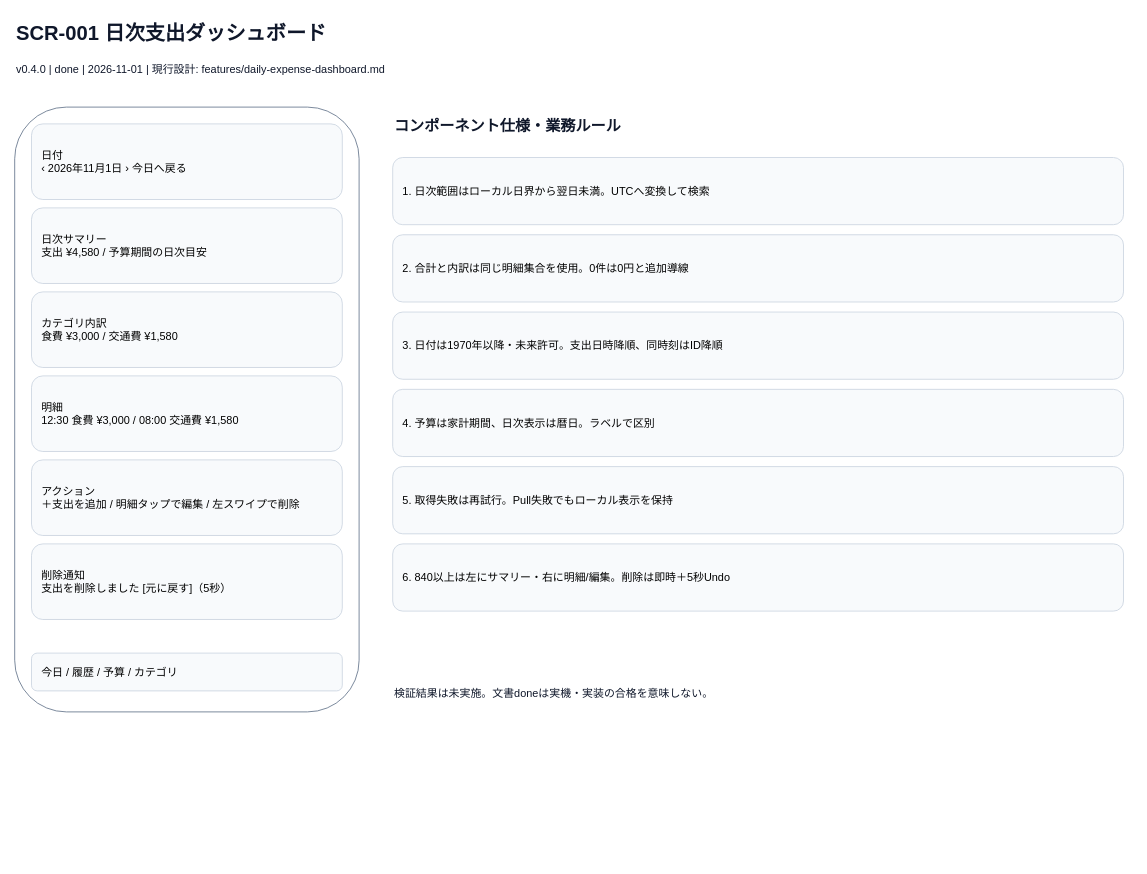
Before: page "日次支出ダッシュボード" (1 of 8) of docs/spec/screens.drawio in tombee-studio/self-management-app, a draw.io diagram. Source tidied: cells renumbered, new cells numbered last; positions are measured from the earlier drawing's top-left corner, leaving out a move shared by most shapes. Both pictures are drawn from the tidied source at 84%, with x=0, y=0 at pixel (14, 14).
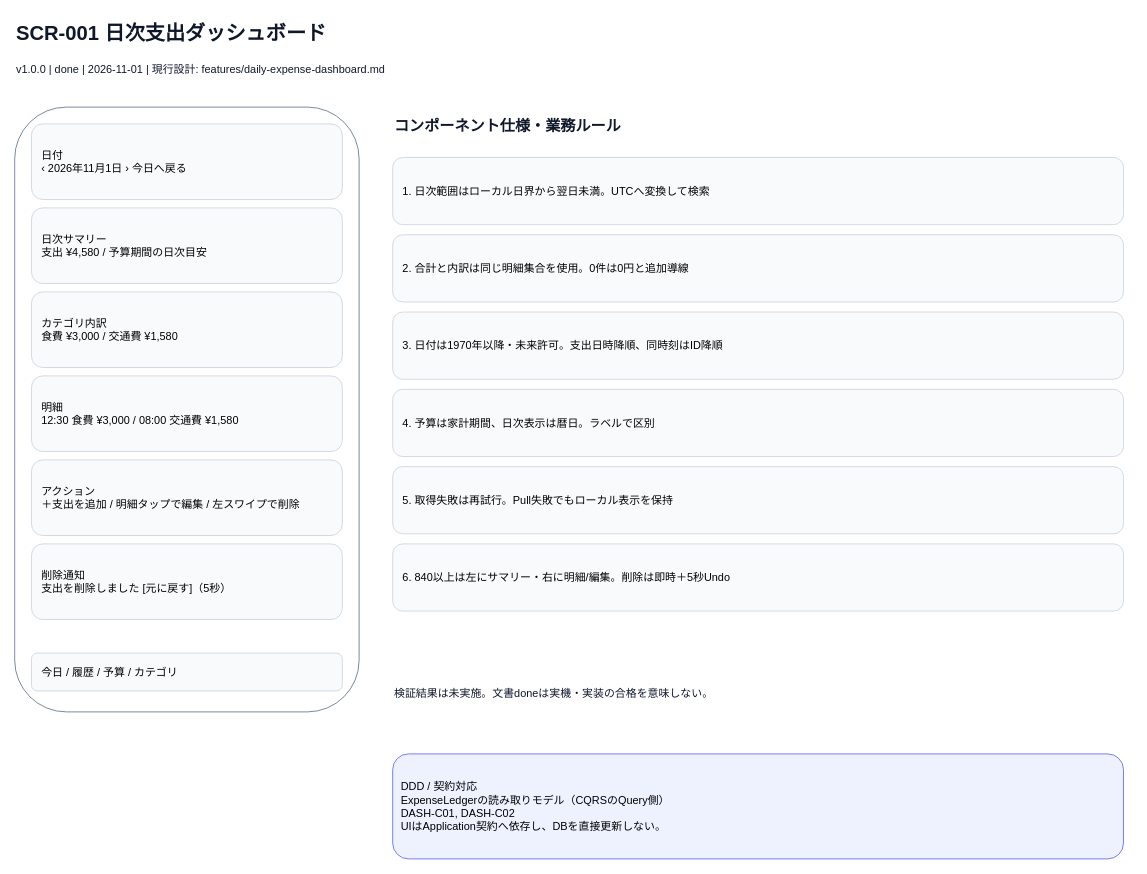
After the change.

What changed in the source:
```diff
@@
-    <mxCell id="3" value="v0.4.0 | done | 2026-11-01 | 現行設計: features/daily-expense-dashboard.md" style="text;html=0;align=left;verticalAlign=middle;whiteSpace=wrap;overflow=hidden;fontSize=13;fontColor=#0F172A;" parent="1" vertex="1">
+    <mxCell id="3" value="v1.0.0 | done | 2026-11-01 | 現行設計: features/daily-expense-dashboard.md" style="text;html=0;align=left;verticalAlign=middle;whiteSpace=wrap;overflow=hidden;fontSize=13;fontColor=#0F172A;" parent="1" vertex="1">
       <mxGeometry y="50" width="1300" height="30" as="geometry" />
     </mxCell>
@@
+    <mxCell id="20" value="DDD / 契約対応&#10;ExpenseLedgerの読み取りモデル（CQRSのQuery側）&#10;DASH-C01, DASH-C02&#10;UIはApplication契約へ依存し、DBを直接更新しない。" style="rounded=1;whiteSpace=wrap;html=0;fillColor=#EEF2FF;strokeColor=#6366F1;align=left;spacing=10;fontSize=13;" parent="1" vertex="1">
+      <mxGeometry x="450" y="880" width="870" height="125" as="geometry" />
+    </mxCell>
```
